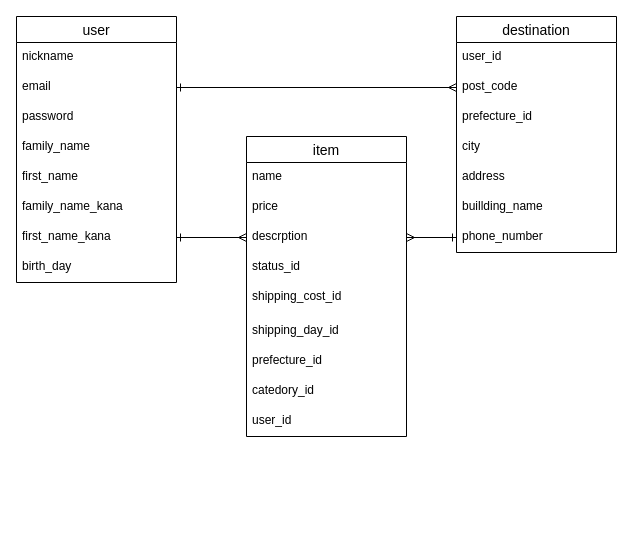
Above: furima.dio in pofyusukeyamamoto/furima-35046 (draw.io), before the change. Source tidied: cells renumbered, new cells numbered last; positions are measured from the earlier drawing's top-left corner, leaving out a move shared by most shapes. Both pictures are drawn from the tidied source at 100%, with x=0, y=0 at pixel (16, 16).
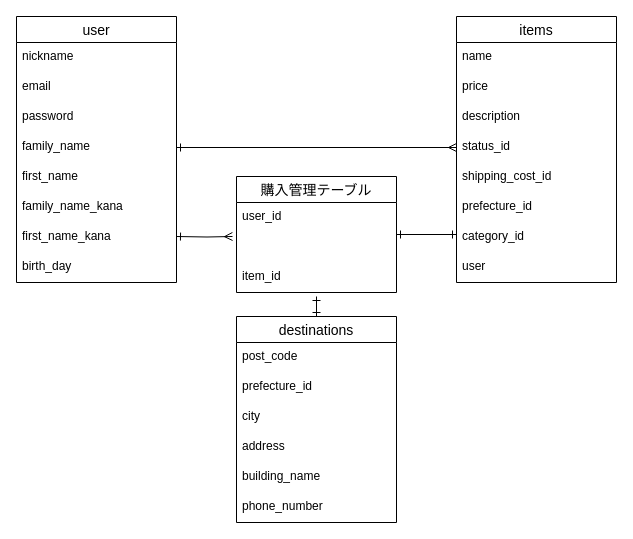
Above is the later version.

Commit message (it also covers changes not shown here):
データベース設計修正3回目

Unchanged cells that the change refers to:
```xml
<mxCell id="22" value="email" style="text;strokeColor=none;fillColor=none;spacingLeft=4;spacingRight=4;overflow=hidden;points=[[0,0.5],[1,0.5]];portConstraint=eastwest;fontSize=12;" parent="20" vertex="1">
  <mxGeometry y="56" width="160" height="30" as="geometry" />
</mxCell>
<mxCell id="24" value="family_name" style="text;strokeColor=none;fillColor=none;spacingLeft=4;spacingRight=4;overflow=hidden;points=[[0,0.5],[1,0.5]];portConstraint=eastwest;fontSize=12;" parent="20" vertex="1">
  <mxGeometry y="116" width="160" height="30" as="geometry" />
</mxCell>
<mxCell id="27" value="first_name_kana" style="text;strokeColor=none;fillColor=none;spacingLeft=4;spacingRight=4;overflow=hidden;points=[[0,0.5],[1,0.5]];portConstraint=eastwest;fontSize=12;" parent="20" vertex="1">
  <mxGeometry y="206" width="160" height="30" as="geometry" />
</mxCell>
```

The edit, as a diff of the source:
```diff
@@
-    <mxCell id="2" value="destination" style="swimlane;fontStyle=0;horizontal=1;startSize=26;align=center;fontSize=14;" parent="1" vertex="1">
-      <mxGeometry x="440" width="160" height="236" as="geometry" />
-    </mxCell>
-    <mxCell id="3" value="user_id" style="text;strokeColor=none;fillColor=none;spacingLeft=4;spacingRight=4;overflow=hidden;fontSize=12;" parent="2" vertex="1">
-      <mxGeometry y="26" width="160" height="30" as="geometry" />
-    </mxCell>
-    <mxCell id="4" value="post_code" style="text;strokeColor=none;fillColor=none;spacingLeft=4;spacingRight=4;overflow=hidden;points=[[0,0.5],[1,0.5]];portConstraint=eastwest;fontSize=12;" parent="2" vertex="1">
-      <mxGeometry y="56" width="160" height="30" as="geometry" />
-    </mxCell>
-    <mxCell id="5" value="prefecture_id" style="text;strokeColor=none;fillColor=none;spacingLeft=4;spacingRight=4;overflow=hidden;fontSize=12;" parent="2" vertex="1">
-      <mxGeometry y="86" width="160" height="30" as="geometry" />
-    </mxCell>
-    <mxCell id="6" value="city" style="text;strokeColor=none;fillColor=none;spacingLeft=4;spacingRight=4;overflow=hidden;fontSize=12;" parent="2" vertex="1">
-      <mxGeometry y="116" width="160" height="30" as="geometry" />
-    </mxCell>
-    <mxCell id="7" value="address" style="text;strokeColor=none;fillColor=none;spacingLeft=4;spacingRight=4;overflow=hidden;fontSize=12;" parent="2" vertex="1">
-      <mxGeometry y="146" width="160" height="30" as="geometry" />
-    </mxCell>
-    <mxCell id="8" value="buillding_name" style="text;strokeColor=none;fillColor=none;spacingLeft=4;spacingRight=4;overflow=hidden;fontSize=12;" parent="2" vertex="1">
-      <mxGeometry y="176" width="160" height="30" as="geometry" />
-    </mxCell>
-    <mxCell id="9" value="phone_number&#10;" style="text;strokeColor=none;fillColor=none;spacingLeft=4;spacingRight=4;overflow=hidden;points=[[0,0.5],[1,0.5]];portConstraint=eastwest;fontSize=12;" parent="2" vertex="1">
-      <mxGeometry y="206" width="160" height="30" as="geometry" />
-    </mxCell>
-    <mxCell id="10" value="item" style="swimlane;fontStyle=0;horizontal=1;startSize=26;align=center;fontSize=14;" parent="1" vertex="1">
-      <mxGeometry x="230" y="120" width="160" height="300" as="geometry" />
-    </mxCell>
-    <mxCell id="11" value="name" style="text;strokeColor=none;fillColor=none;spacingLeft=4;spacingRight=4;overflow=hidden;fontSize=12;" parent="10" vertex="1">
-      <mxGeometry y="26" width="160" height="30" as="geometry" />
-    </mxCell>
-    <mxCell id="12" value="price" style="text;strokeColor=none;fillColor=none;spacingLeft=4;spacingRight=4;overflow=hidden;fontSize=12;" parent="10" vertex="1">
-      <mxGeometry y="56" width="160" height="30" as="geometry" />
-    </mxCell>
-    <mxCell id="13" value="descrption" style="text;strokeColor=none;fillColor=none;spacingLeft=4;spacingRight=4;overflow=hidden;points=[[0,0.5],[1,0.5]];portConstraint=eastwest;fontSize=12;" parent="10" vertex="1">
-      <mxGeometry y="86" width="160" height="30" as="geometry" />
-    </mxCell>
-    <mxCell id="14" value="status_id" style="text;strokeColor=none;fillColor=none;spacingLeft=4;spacingRight=4;overflow=hidden;points=[[0,0.5],[1,0.5]];portConstraint=eastwest;fontSize=12;" parent="10" vertex="1">
-      <mxGeometry y="116" width="160" height="30" as="geometry" />
-    </mxCell>
-    <mxCell id="15" value="shipping_cost_id" style="text;strokeColor=none;fillColor=none;spacingLeft=4;spacingRight=4;overflow=hidden;fontSize=12;" parent="10" vertex="1">
-      <mxGeometry y="146" width="160" height="34" as="geometry" />
-    </mxCell>
-    <mxCell id="16" value="shipping_day_id" style="text;strokeColor=none;fillColor=none;spacingLeft=4;spacingRight=4;overflow=hidden;fontSize=12;" parent="10" vertex="1">
-      <mxGeometry y="180" width="160" height="30" as="geometry" />
-    </mxCell>
-    <mxCell id="17" value="prefecture_id" style="text;strokeColor=none;fillColor=none;spacingLeft=4;spacingRight=4;overflow=hidden;fontSize=12;" parent="10" vertex="1">
-      <mxGeometry y="210" width="160" height="30" as="geometry" />
-    </mxCell>
-    <mxCell id="18" value="catedory_id" style="text;strokeColor=none;fillColor=none;spacingLeft=4;spacingRight=4;overflow=hidden;fontSize=12;" parent="10" vertex="1">
-      <mxGeometry y="240" width="160" height="30" as="geometry" />
-    </mxCell>
-    <mxCell id="19" value="user_id" style="text;strokeColor=none;fillColor=none;spacingLeft=4;spacingRight=4;overflow=hidden;fontSize=12;" parent="10" vertex="1">
-      <mxGeometry y="270" width="160" height="30" as="geometry" />
-    </mxCell>
@@
-    <mxCell id="29" style="edgeStyle=orthogonalEdgeStyle;rounded=0;jettySize=auto;html=1;entryX=0;entryY=0.5;entryDx=0;entryDy=0;startArrow=ERone;startFill=0;endArrow=ERmany;endFill=0;exitX=1;exitY=0.5;exitDx=0;exitDy=0;" parent="1" edge="1" source="22" target="4">
-      <mxGeometry relative="1" as="geometry" />
-    </mxCell>
-    <mxCell id="30" style="edgeStyle=orthogonalEdgeStyle;rounded=0;jettySize=auto;html=1;exitX=1;exitY=0.5;exitDx=0;exitDy=0;entryX=0;entryY=0.5;entryDx=0;entryDy=0;startArrow=ERmany;startFill=0;endArrow=ERone;endFill=0;" parent="1" edge="1" source="13" target="9">
-      <mxGeometry relative="1" as="geometry" />
-    </mxCell>
-    <mxCell id="31" style="edgeStyle=orthogonalEdgeStyle;rounded=0;jettySize=auto;html=1;exitX=1;exitY=0.5;exitDx=0;exitDy=0;entryX=0;entryY=0.5;entryDx=0;entryDy=0;startArrow=ERone;startFill=0;endArrow=ERmany;endFill=0;" parent="1" edge="1" source="27" target="13">
-      <mxGeometry relative="1" as="geometry" />
-    </mxCell>
+    <mxCell id="32" style="edgeStyle=orthogonalEdgeStyle;rounded=0;jettySize=auto;html=1;startArrow=ERone;startFill=0;endArrow=ERone;endFill=0;" parent="1" edge="1" source="33">
+      <mxGeometry relative="1" as="geometry">
+        <mxPoint x="300" y="280" as="targetPoint" />
+      </mxGeometry>
+    </mxCell>
+    <mxCell id="33" value="destinations" style="swimlane;fontStyle=0;horizontal=1;startSize=26;align=center;fontSize=14;" parent="1" vertex="1">
+      <mxGeometry x="220" y="300" width="160" height="206" as="geometry" />
+    </mxCell>
+    <mxCell id="4" value="post_code" style="text;strokeColor=none;fillColor=none;spacingLeft=4;spacingRight=4;overflow=hidden;points=[[0,0.5],[1,0.5]];portConstraint=eastwest;fontSize=12;" parent="33" vertex="1">
+      <mxGeometry y="26" width="160" height="30" as="geometry" />
+    </mxCell>
+    <mxCell id="34" value="prefecture_id&#10;" style="text;strokeColor=none;fillColor=none;spacingLeft=4;spacingRight=4;overflow=hidden;fontSize=12;" parent="33" vertex="1">
+      <mxGeometry y="56" width="160" height="30" as="geometry" />
+    </mxCell>
+    <mxCell id="6" value="city&#10;" style="text;strokeColor=none;fillColor=none;spacingLeft=4;spacingRight=4;overflow=hidden;fontSize=12;" parent="33" vertex="1">
+      <mxGeometry y="86" width="160" height="30" as="geometry" />
+    </mxCell>
+    <mxCell id="7" value="address" style="text;strokeColor=none;fillColor=none;spacingLeft=4;spacingRight=4;overflow=hidden;fontSize=12;" parent="33" vertex="1">
+      <mxGeometry y="116" width="160" height="30" as="geometry" />
+    </mxCell>
+    <mxCell id="35" value="building_name" style="text;strokeColor=none;fillColor=none;spacingLeft=4;spacingRight=4;overflow=hidden;fontSize=12;" parent="33" vertex="1">
+      <mxGeometry y="146" width="160" height="30" as="geometry" />
+    </mxCell>
+    <mxCell id="9" value="phone_number&#10;" style="text;strokeColor=none;fillColor=none;spacingLeft=4;spacingRight=4;overflow=hidden;points=[[0,0.5],[1,0.5]];portConstraint=eastwest;fontSize=12;" parent="33" vertex="1">
+      <mxGeometry y="176" width="160" height="30" as="geometry" />
+    </mxCell>
+    <mxCell id="36" value="items" style="swimlane;fontStyle=0;horizontal=1;startSize=26;align=center;fontSize=14;" parent="1" vertex="1">
+      <mxGeometry x="440" width="160" height="266" as="geometry" />
+    </mxCell>
+    <mxCell id="11" value="name&#10;" style="text;strokeColor=none;fillColor=none;spacingLeft=4;spacingRight=4;overflow=hidden;fontSize=12;" parent="36" vertex="1">
+      <mxGeometry y="26" width="160" height="30" as="geometry" />
+    </mxCell>
+    <mxCell id="12" value="price&#10;" style="text;strokeColor=none;fillColor=none;spacingLeft=4;spacingRight=4;overflow=hidden;fontSize=12;" parent="36" vertex="1">
+      <mxGeometry y="56" width="160" height="30" as="geometry" />
+    </mxCell>
+    <mxCell id="37" value="description&#10;" style="text;strokeColor=none;fillColor=none;spacingLeft=4;spacingRight=4;overflow=hidden;fontSize=12;" parent="36" vertex="1">
+      <mxGeometry y="86" width="160" height="30" as="geometry" />
+    </mxCell>
+    <mxCell id="14" value="status_id&#10;" style="text;strokeColor=none;fillColor=none;spacingLeft=4;spacingRight=4;overflow=hidden;points=[[0,0.5],[1,0.5]];portConstraint=eastwest;fontSize=12;" parent="36" vertex="1">
+      <mxGeometry y="116" width="160" height="30" as="geometry" />
+    </mxCell>
+    <mxCell id="15" value="shipping_cost_id&#10;" style="text;strokeColor=none;fillColor=none;spacingLeft=4;spacingRight=4;overflow=hidden;fontSize=12;" parent="36" vertex="1">
+      <mxGeometry y="146" width="160" height="30" as="geometry" />
+    </mxCell>
+    <mxCell id="38" value="prefecture_id&#10;" style="text;strokeColor=none;fillColor=none;spacingLeft=4;spacingRight=4;overflow=hidden;fontSize=12;" parent="36" vertex="1">
+      <mxGeometry y="176" width="160" height="30" as="geometry" />
+    </mxCell>
+    <mxCell id="39" value="category_id&#10;&#10;" style="text;strokeColor=none;fillColor=none;spacingLeft=4;spacingRight=4;overflow=hidden;fontSize=12;" parent="36" vertex="1">
+      <mxGeometry y="206" width="160" height="30" as="geometry" />
+    </mxCell>
+    <mxCell id="40" value="user&#10;" style="text;strokeColor=none;fillColor=none;spacingLeft=4;spacingRight=4;overflow=hidden;fontSize=12;" parent="36" vertex="1">
+      <mxGeometry y="236" width="160" height="30" as="geometry" />
+    </mxCell>
+    <mxCell id="41" value="購入管理テーブル" style="swimlane;fontStyle=0;horizontal=1;startSize=26;align=center;fontSize=14;" parent="1" vertex="1">
+      <mxGeometry x="220" y="160" width="160" height="116" as="geometry" />
+    </mxCell>
+    <mxCell id="3" value="user_id" style="text;strokeColor=none;fillColor=none;spacingLeft=4;spacingRight=4;overflow=hidden;fontSize=12;" parent="41" vertex="1">
+      <mxGeometry y="26" width="160" height="30" as="geometry" />
+    </mxCell>
+    <mxCell id="42" style="text;strokeColor=none;fillColor=none;spacingLeft=4;spacingRight=4;overflow=hidden;points=[[0,0.5],[1,0.5]];portConstraint=eastwest;fontSize=12;" parent="41" vertex="1">
+      <mxGeometry y="56" width="160" height="30" as="geometry" />
+    </mxCell>
+    <mxCell id="43" value="item_id" style="text;strokeColor=none;fillColor=none;spacingLeft=4;spacingRight=4;overflow=hidden;fontSize=12;" parent="41" vertex="1">
+      <mxGeometry y="86" width="160" height="30" as="geometry" />
+    </mxCell>
+    <mxCell id="44" style="edgeStyle=orthogonalEdgeStyle;rounded=0;jettySize=auto;html=1;exitX=1;exitY=0.5;exitDx=0;exitDy=0;entryX=0;entryY=0.5;entryDx=0;entryDy=0;startArrow=ERone;startFill=0;endArrow=ERmany;endFill=0;" parent="1" edge="1" source="24" target="14">
+      <mxGeometry relative="1" as="geometry" />
+    </mxCell>
+    <mxCell id="45" style="edgeStyle=orthogonalEdgeStyle;rounded=0;jettySize=auto;html=1;startArrow=ERone;startFill=0;endArrow=ERone;endFill=0;" parent="1" edge="1" target="41">
+      <mxGeometry relative="1" as="geometry">
+        <mxPoint x="440" y="218" as="sourcePoint" />
+        <Array as="points">
+          <mxPoint x="440" y="218" />
+        </Array>
+      </mxGeometry>
+    </mxCell>
+    <mxCell id="46" style="edgeStyle=orthogonalEdgeStyle;rounded=0;jettySize=auto;html=1;exitX=1;exitY=0.5;exitDx=0;exitDy=0;entryX=-0.025;entryY=0.133;entryDx=0;entryDy=0;entryPerimeter=0;startArrow=ERone;startFill=0;endArrow=ERmany;endFill=0;" parent="1" edge="1" target="42">
+      <mxGeometry relative="1" as="geometry">
+        <mxPoint x="160" y="220" as="sourcePoint" />
+      </mxGeometry>
+    </mxCell>
```
